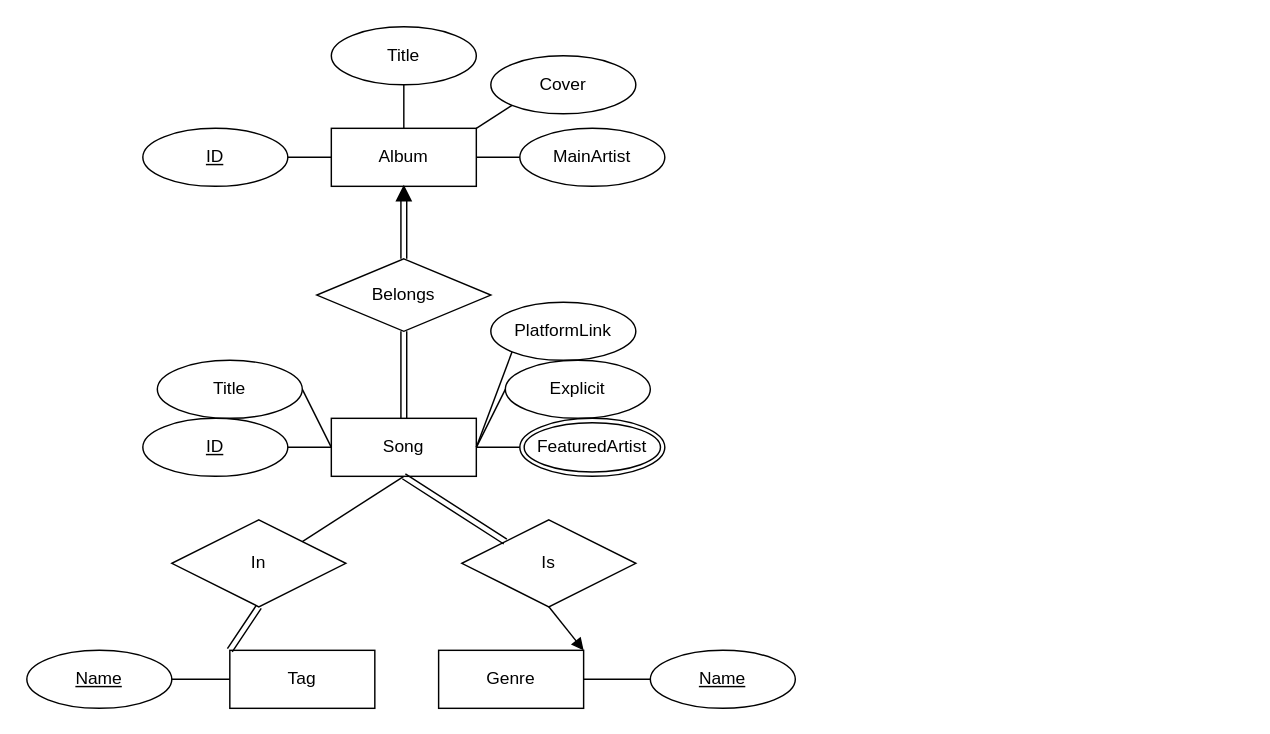
Before: docs/drawio/DBERB.drawio in NonSpinning/UnnamedCentralizedMusicApp, a draw.io diagram. Source tidied: cells renumbered, new cells numbered last; positions are measured from the earlier drawing's top-left corner, leaving out a move shared by most shapes. Both pictures are drawn from the tidied source at 145%, with x=0, y=0 at pixel (26, 26).
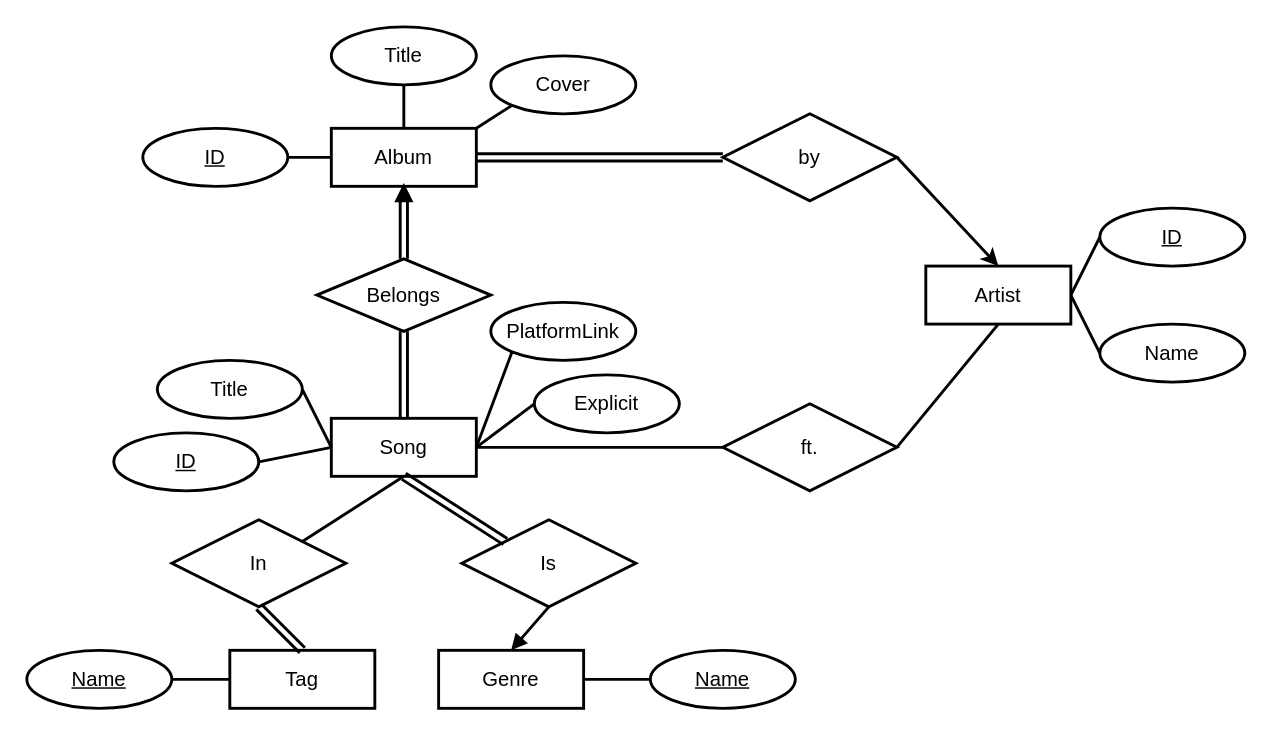
The same diagram, later.

Change to the diagram source:
```diff
@@
-    <mxCell id="2" style="edgeStyle=none;rounded=0;jettySize=auto;html=1;exitX=0.5;exitY=0;exitDx=0;exitDy=0;entryX=0.5;entryY=1;entryDx=0;entryDy=0;endArrow=none;endFill=0;shape=link;" parent="1" edge="1" source="4" target="17">
+    <mxCell id="2" style="edgeStyle=none;rounded=0;jettySize=auto;html=1;exitX=0.5;exitY=0;exitDx=0;exitDy=0;entryX=0.5;entryY=1;entryDx=0;entryDy=0;endArrow=none;endFill=0;shape=link;strokeWidth=2;fontSize=14;" parent="1" edge="1" source="4" target="17">
       <mxGeometry relative="1" as="geometry" />
     </mxCell>
-    <mxCell id="3" style="edgeStyle=none;rounded=0;jettySize=auto;html=1;exitX=0.5;exitY=1;exitDx=0;exitDy=0;entryX=1;entryY=0;entryDx=0;entryDy=0;startArrow=none;startFill=0;endArrow=none;endFill=0;" parent="1" edge="1" source="4" target="36">
+    <mxCell id="3" style="edgeStyle=none;rounded=0;jettySize=auto;html=1;exitX=0.5;exitY=1;exitDx=0;exitDy=0;entryX=1;entryY=0;entryDx=0;entryDy=0;startArrow=none;startFill=0;endArrow=none;endFill=0;strokeWidth=2;fontSize=14;" parent="1" edge="1" source="4" target="36">
       <mxGeometry relative="1" as="geometry" />
     </mxCell>
-    <mxCell id="4" value="Song" style="whiteSpace=wrap;html=1;align=center;" parent="1" vertex="1">
+    <mxCell id="4" value="Song" style="whiteSpace=wrap;html=1;align=center;strokeWidth=2;fontSize=14;" parent="1" vertex="1">
       <mxGeometry x="210" y="270" width="100" height="40" as="geometry" />
     </mxCell>
-    <mxCell id="5" style="edgeStyle=orthogonalEdgeStyle;rounded=0;jettySize=auto;html=1;exitX=1;exitY=0.5;exitDx=0;exitDy=0;entryX=0;entryY=0.5;entryDx=0;entryDy=0;endArrow=none;endFill=0;" parent="1" edge="1" source="6" target="4">
+    <mxCell id="5" style="rounded=0;jettySize=auto;html=1;exitX=1;exitY=0.5;exitDx=0;exitDy=0;entryX=0;entryY=0.5;entryDx=0;entryDy=0;endArrow=none;endFill=0;strokeWidth=2;fontSize=14;" parent="1" edge="1" source="6" target="4">
       <mxGeometry relative="1" as="geometry" />
     </mxCell>
-    <mxCell id="6" value="ID" style="ellipse;whiteSpace=wrap;html=1;align=center;fontStyle=4;" parent="1" vertex="1">
-      <mxGeometry x="80" y="270" width="100" height="40" as="geometry" />
+    <mxCell id="6" value="ID" style="ellipse;whiteSpace=wrap;html=1;align=center;fontStyle=4;strokeWidth=2;fontSize=14;" parent="1" vertex="1">
+      <mxGeometry x="60" y="280" width="100" height="40" as="geometry" />
     </mxCell>
-    <mxCell id="7" style="rounded=0;jettySize=auto;html=1;exitX=1;exitY=0.5;exitDx=0;exitDy=0;endArrow=none;endFill=0;" parent="1" edge="1" source="8">
+    <mxCell id="7" style="rounded=0;jettySize=auto;html=1;exitX=1;exitY=0.5;exitDx=0;exitDy=0;endArrow=none;endFill=0;strokeWidth=2;fontSize=14;" parent="1" edge="1" source="8">
       <mxGeometry relative="1" as="geometry">
         <mxPoint x="210" y="290" as="targetPoint" />
       </mxGeometry>
     </mxCell>
-    <mxCell id="8" value="Title" style="ellipse;whiteSpace=wrap;html=1;align=center;" parent="1" vertex="1">
+    <mxCell id="8" value="Title" style="ellipse;whiteSpace=wrap;html=1;align=center;strokeWidth=2;fontSize=14;" parent="1" vertex="1">
       <mxGeometry x="90" y="230" width="100" height="40" as="geometry" />
     </mxCell>
-    <mxCell id="9" style="edgeStyle=none;rounded=0;jettySize=auto;html=1;exitX=0;exitY=0.5;exitDx=0;exitDy=0;entryX=1;entryY=0.5;entryDx=0;entryDy=0;endArrow=none;endFill=0;" parent="1" edge="1" source="10" target="15">
+    <mxCell id="9" style="edgeStyle=none;rounded=0;jettySize=auto;html=1;exitX=0;exitY=0.5;exitDx=0;exitDy=0;entryX=1;entryY=0.5;entryDx=0;entryDy=0;endArrow=none;endFill=0;strokeWidth=2;fontSize=14;shape=link;" parent="1" edge="1" source="41" target="15">
       <mxGeometry relative="1" as="geometry" />
     </mxCell>
-    <mxCell id="10" value="MainArtist" style="ellipse;whiteSpace=wrap;html=1;align=center;" parent="1" vertex="1">
-      <mxGeometry x="340" y="70" width="100" height="40" as="geometry" />
-    </mxCell>
-    <mxCell id="11" style="edgeStyle=none;rounded=0;jettySize=auto;html=1;exitX=0;exitY=0.5;exitDx=0;exitDy=0;entryX=1;entryY=0.5;entryDx=0;entryDy=0;endArrow=none;endFill=0;" parent="1" edge="1" source="12" target="4">
+    <mxCell id="11" style="edgeStyle=none;rounded=0;jettySize=auto;html=1;exitX=0;exitY=0.5;exitDx=0;exitDy=0;entryX=1;entryY=0.5;entryDx=0;entryDy=0;endArrow=none;endFill=0;strokeWidth=2;fontSize=14;" parent="1" edge="1" source="39" target="4">
       <mxGeometry relative="1" as="geometry" />
     </mxCell>
-    <mxCell id="12" value="FeaturedArtist" style="ellipse;shape=doubleEllipse;margin=3;whiteSpace=wrap;html=1;align=center;" parent="1" vertex="1">
-      <mxGeometry x="340" y="270" width="100" height="40" as="geometry" />
-    </mxCell>
-    <mxCell id="13" style="edgeStyle=none;rounded=0;jettySize=auto;html=1;exitX=0;exitY=0.5;exitDx=0;exitDy=0;entryX=1;entryY=0.5;entryDx=0;entryDy=0;endArrow=none;endFill=0;" parent="1" edge="1" source="15" target="18">
+    <mxCell id="13" style="edgeStyle=none;rounded=0;jettySize=auto;html=1;exitX=0;exitY=0.5;exitDx=0;exitDy=0;entryX=1;entryY=0.5;entryDx=0;entryDy=0;endArrow=none;endFill=0;strokeWidth=2;fontSize=14;" parent="1" edge="1" source="15" target="18">
       <mxGeometry relative="1" as="geometry" />
     </mxCell>
-    <mxCell id="14" style="edgeStyle=none;rounded=0;jettySize=auto;html=1;exitX=1;exitY=0;exitDx=0;exitDy=0;entryX=0;entryY=1;entryDx=0;entryDy=0;startArrow=none;startFill=0;endArrow=none;endFill=0;" parent="1" edge="1" source="15" target="34">
+    <mxCell id="14" style="edgeStyle=none;rounded=0;jettySize=auto;html=1;exitX=1;exitY=0;exitDx=0;exitDy=0;entryX=0;entryY=1;entryDx=0;entryDy=0;startArrow=none;startFill=0;endArrow=none;endFill=0;strokeWidth=2;fontSize=14;" parent="1" edge="1" source="15" target="34">
       <mxGeometry relative="1" as="geometry" />
     </mxCell>
-    <mxCell id="15" value="Album" style="whiteSpace=wrap;html=1;align=center;" parent="1" vertex="1">
+    <mxCell id="15" value="Album" style="whiteSpace=wrap;html=1;align=center;strokeWidth=2;fontSize=14;" parent="1" vertex="1">
       <mxGeometry x="210" y="70" width="100" height="40" as="geometry" />
     </mxCell>
-    <mxCell id="16" style="edgeStyle=none;shape=link;rounded=0;jettySize=auto;html=1;exitX=0.5;exitY=0;exitDx=0;exitDy=0;entryX=0;entryY=0.5;entryDx=0;entryDy=0;endArrow=none;endFill=0;" parent="1" edge="1" source="17" target="21">
+    <mxCell id="16" style="edgeStyle=none;shape=link;rounded=0;jettySize=auto;html=1;exitX=0.5;exitY=0;exitDx=0;exitDy=0;entryX=0;entryY=0.5;entryDx=0;entryDy=0;endArrow=none;endFill=0;strokeWidth=2;fontSize=14;" parent="1" edge="1" source="17" target="21">
       <mxGeometry relative="1" as="geometry" />
     </mxCell>
-    <mxCell id="17" value="Belongs" style="shape=rhombus;perimeter=rhombusPerimeter;whiteSpace=wrap;html=1;align=center;" parent="1" vertex="1">
+    <mxCell id="17" value="Belongs" style="shape=rhombus;perimeter=rhombusPerimeter;whiteSpace=wrap;html=1;align=center;strokeWidth=2;fontSize=14;" parent="1" vertex="1">
       <mxGeometry x="200" y="160" width="120" height="50" as="geometry" />
     </mxCell>
-    <mxCell id="18" value="ID" style="ellipse;whiteSpace=wrap;html=1;align=center;fontStyle=4;" parent="1" vertex="1">
+    <mxCell id="18" value="ID" style="ellipse;whiteSpace=wrap;html=1;align=center;fontStyle=4;strokeWidth=2;fontSize=14;" parent="1" vertex="1">
       <mxGeometry x="80" y="70" width="100" height="40" as="geometry" />
     </mxCell>
-    <mxCell id="19" style="edgeStyle=none;rounded=0;jettySize=auto;html=1;exitX=0.5;exitY=1;exitDx=0;exitDy=0;endArrow=none;endFill=0;entryX=0.5;entryY=0;entryDx=0;entryDy=0;" parent="1" edge="1" source="20" target="15">
+    <mxCell id="19" style="edgeStyle=none;rounded=0;jettySize=auto;html=1;exitX=0.5;exitY=1;exitDx=0;exitDy=0;endArrow=none;endFill=0;entryX=0.5;entryY=0;entryDx=0;entryDy=0;strokeWidth=2;fontSize=14;" parent="1" edge="1" source="20" target="15">
       <mxGeometry relative="1" as="geometry" />
     </mxCell>
-    <mxCell id="20" value="Title" style="ellipse;whiteSpace=wrap;html=1;align=center;" parent="1" vertex="1">
+    <mxCell id="20" value="Title" style="ellipse;whiteSpace=wrap;html=1;align=center;strokeWidth=2;fontSize=14;" parent="1" vertex="1">
       <mxGeometry x="210" width="100" height="40" as="geometry" />
     </mxCell>
-    <mxCell id="21" style="triangle;whiteSpace=wrap;html=1;rotation=-90;fillColor=#000000;" parent="1" vertex="1">
+    <mxCell id="21" style="triangle;whiteSpace=wrap;html=1;rotation=-90;fillColor=#000000;strokeWidth=2;fontSize=14;" parent="1" vertex="1">
       <mxGeometry x="255" y="110" width="10" height="10" as="geometry" />
     </mxCell>
-    <mxCell id="22" style="edgeStyle=none;rounded=0;jettySize=auto;html=1;exitX=1;exitY=0.5;exitDx=0;exitDy=0;entryX=0;entryY=0.5;entryDx=0;entryDy=0;endArrow=none;endFill=0;" parent="1" edge="1" source="24" target="30">
+    <mxCell id="22" style="edgeStyle=none;rounded=0;jettySize=auto;html=1;exitX=1;exitY=0.5;exitDx=0;exitDy=0;entryX=0;entryY=0.5;entryDx=0;entryDy=0;endArrow=none;endFill=0;strokeWidth=2;fontSize=14;" parent="1" edge="1" source="24" target="30">
       <mxGeometry relative="1" as="geometry" />
     </mxCell>
-    <mxCell id="23" style="edgeStyle=none;rounded=0;jettySize=auto;html=1;exitX=1;exitY=0;exitDx=0;exitDy=0;entryX=0.5;entryY=1;entryDx=0;entryDy=0;endArrow=none;endFill=0;startArrow=block;startFill=1;" parent="1" edge="1" source="24" target="32">
+    <mxCell id="23" style="edgeStyle=none;rounded=0;jettySize=auto;html=1;exitX=0.5;exitY=0;exitDx=0;exitDy=0;entryX=0.5;entryY=1;entryDx=0;entryDy=0;endArrow=none;endFill=0;startArrow=block;startFill=1;strokeWidth=2;fontSize=14;" parent="1" edge="1" source="24" target="32">
       <mxGeometry relative="1" as="geometry" />
     </mxCell>
-    <mxCell id="24" value="Genre" style="whiteSpace=wrap;html=1;align=center;fillColor=none;" parent="1" vertex="1">
+    <mxCell id="24" value="Genre" style="whiteSpace=wrap;html=1;align=center;fillColor=none;strokeWidth=2;fontSize=14;" parent="1" vertex="1">
       <mxGeometry x="284" y="430" width="100" height="40" as="geometry" />
     </mxCell>
-    <mxCell id="25" style="edgeStyle=none;rounded=0;jettySize=auto;html=1;exitX=0;exitY=0.5;exitDx=0;exitDy=0;entryX=1;entryY=0.5;entryDx=0;entryDy=0;startArrow=none;startFill=0;endArrow=none;endFill=0;" parent="1" edge="1" source="26" target="33">
+    <mxCell id="25" style="edgeStyle=none;rounded=0;jettySize=auto;html=1;exitX=0;exitY=0.5;exitDx=0;exitDy=0;entryX=1;entryY=0.5;entryDx=0;entryDy=0;startArrow=none;startFill=0;endArrow=none;endFill=0;strokeWidth=2;fontSize=14;" parent="1" edge="1" source="26" target="33">
       <mxGeometry relative="1" as="geometry" />
     </mxCell>
-    <mxCell id="26" value="Tag" style="whiteSpace=wrap;html=1;align=center;fillColor=none;" parent="1" vertex="1">
+    <mxCell id="26" value="Tag" style="whiteSpace=wrap;html=1;align=center;fillColor=none;strokeWidth=2;fontSize=14;" parent="1" vertex="1">
       <mxGeometry x="140" y="430" width="100" height="40" as="geometry" />
     </mxCell>
-    <mxCell id="27" style="edgeStyle=none;rounded=0;jettySize=auto;html=1;exitX=0;exitY=0.5;exitDx=0;exitDy=0;entryX=1;entryY=0.5;entryDx=0;entryDy=0;endArrow=none;endFill=0;strokeColor=none;" parent="1" edge="1" source="29" target="4">
+    <mxCell id="27" style="edgeStyle=none;rounded=0;jettySize=auto;html=1;exitX=0;exitY=0.5;exitDx=0;exitDy=0;entryX=1;entryY=0.5;entryDx=0;entryDy=0;endArrow=none;endFill=0;strokeColor=none;strokeWidth=2;fontSize=14;" parent="1" edge="1" source="29" target="4">
       <mxGeometry relative="1" as="geometry" />
     </mxCell>
-    <mxCell id="28" style="edgeStyle=none;rounded=0;jettySize=auto;html=1;exitX=0;exitY=0.5;exitDx=0;exitDy=0;entryX=1;entryY=0.5;entryDx=0;entryDy=0;endArrow=none;endFill=0;" parent="1" edge="1" source="29" target="4">
+    <mxCell id="28" style="edgeStyle=none;rounded=0;jettySize=auto;html=1;exitX=0;exitY=0.5;exitDx=0;exitDy=0;entryX=1;entryY=0.5;entryDx=0;entryDy=0;endArrow=none;endFill=0;strokeWidth=2;fontSize=14;" parent="1" edge="1" source="29" target="4">
       <mxGeometry relative="1" as="geometry" />
     </mxCell>
-    <mxCell id="29" value="Explicit" style="ellipse;whiteSpace=wrap;html=1;align=center;fillColor=none;" parent="1" vertex="1">
-      <mxGeometry x="330" y="230" width="100" height="40" as="geometry" />
+    <mxCell id="29" value="Explicit" style="ellipse;whiteSpace=wrap;html=1;align=center;fillColor=none;strokeWidth=2;fontSize=14;" parent="1" vertex="1">
+      <mxGeometry x="350" y="240" width="100" height="40" as="geometry" />
     </mxCell>
-    <mxCell id="30" value="Name" style="ellipse;whiteSpace=wrap;html=1;align=center;fontStyle=4;fillColor=none;" parent="1" vertex="1">
+    <mxCell id="30" value="Name" style="ellipse;whiteSpace=wrap;html=1;align=center;fontStyle=4;fillColor=none;strokeWidth=2;fontSize=14;" parent="1" vertex="1">
       <mxGeometry x="430" y="430" width="100" height="40" as="geometry" />
     </mxCell>
-    <mxCell id="31" style="edgeStyle=none;rounded=0;jettySize=auto;html=1;exitX=0;exitY=0;exitDx=0;exitDy=0;entryX=0.5;entryY=1;entryDx=0;entryDy=0;endArrow=none;endFill=0;shape=link;" parent="1" edge="1" source="32" target="4">
+    <mxCell id="31" style="edgeStyle=none;rounded=0;jettySize=auto;html=1;exitX=0;exitY=0;exitDx=0;exitDy=0;entryX=0.5;entryY=1;entryDx=0;entryDy=0;endArrow=none;endFill=0;shape=link;strokeWidth=2;fontSize=14;" parent="1" edge="1" source="32" target="4">
       <mxGeometry relative="1" as="geometry" />
     </mxCell>
-    <mxCell id="32" value="Is" style="shape=rhombus;perimeter=rhombusPerimeter;whiteSpace=wrap;html=1;align=center;fillColor=none;" parent="1" vertex="1">
+    <mxCell id="32" value="Is" style="shape=rhombus;perimeter=rhombusPerimeter;whiteSpace=wrap;html=1;align=center;fillColor=none;strokeWidth=2;fontSize=14;" parent="1" vertex="1">
       <mxGeometry x="300" y="340" width="120" height="60" as="geometry" />
     </mxCell>
-    <mxCell id="33" value="Name" style="ellipse;whiteSpace=wrap;html=1;align=center;fontStyle=4;fillColor=none;" parent="1" vertex="1">
+    <mxCell id="33" value="Name" style="ellipse;whiteSpace=wrap;html=1;align=center;fontStyle=4;fillColor=none;strokeWidth=2;fontSize=14;" parent="1" vertex="1">
       <mxGeometry y="430" width="100" height="40" as="geometry" />
     </mxCell>
-    <mxCell id="34" value="Cover" style="ellipse;whiteSpace=wrap;html=1;align=center;fillColor=none;" parent="1" vertex="1">
+    <mxCell id="34" value="Cover" style="ellipse;whiteSpace=wrap;html=1;align=center;fillColor=none;strokeWidth=2;fontSize=14;" parent="1" vertex="1">
       <mxGeometry x="320" y="20" width="100" height="40" as="geometry" />
     </mxCell>
-    <mxCell id="35" style="edgeStyle=none;rounded=0;jettySize=auto;html=1;exitX=0.5;exitY=1;exitDx=0;exitDy=0;entryX=0;entryY=0;entryDx=0;entryDy=0;startArrow=none;startFill=0;endArrow=none;endFill=0;shape=link;" parent="1" edge="1" source="36" target="26">
+    <mxCell id="35" style="edgeStyle=none;rounded=0;jettySize=auto;html=1;exitX=0.5;exitY=1;exitDx=0;exitDy=0;entryX=0.5;entryY=0;entryDx=0;entryDy=0;startArrow=none;startFill=0;endArrow=none;endFill=0;shape=link;strokeWidth=2;fontSize=14;" parent="1" edge="1" source="36" target="26">
       <mxGeometry relative="1" as="geometry" />
     </mxCell>
-    <mxCell id="36" value="In" style="shape=rhombus;perimeter=rhombusPerimeter;whiteSpace=wrap;html=1;align=center;fillColor=none;" parent="1" vertex="1">
+    <mxCell id="36" value="In" style="shape=rhombus;perimeter=rhombusPerimeter;whiteSpace=wrap;html=1;align=center;fillColor=none;strokeWidth=2;fontSize=14;" parent="1" vertex="1">
       <mxGeometry x="100" y="340" width="120" height="60" as="geometry" />
     </mxCell>
-    <mxCell id="37" style="edgeStyle=none;rounded=0;jettySize=auto;html=1;exitX=0;exitY=1;exitDx=0;exitDy=0;entryX=1;entryY=0.5;entryDx=0;entryDy=0;startArrow=none;startFill=0;endArrow=none;endFill=0;" parent="1" edge="1" source="38" target="4">
+    <mxCell id="37" style="edgeStyle=none;rounded=0;jettySize=auto;html=1;exitX=0;exitY=1;exitDx=0;exitDy=0;entryX=1;entryY=0.5;entryDx=0;entryDy=0;startArrow=none;startFill=0;endArrow=none;endFill=0;strokeWidth=2;fontSize=14;" parent="1" edge="1" source="38" target="4">
       <mxGeometry relative="1" as="geometry" />
     </mxCell>
-    <mxCell id="38" value="PlatformLink" style="ellipse;whiteSpace=wrap;html=1;align=center;fillColor=none;" parent="1" vertex="1">
+    <mxCell id="38" value="PlatformLink" style="ellipse;whiteSpace=wrap;html=1;align=center;fillColor=none;strokeWidth=2;fontSize=14;" parent="1" vertex="1">
       <mxGeometry x="320" y="190" width="100" height="40" as="geometry" />
     </mxCell>
+    <mxCell id="39" value="ft." style="shape=rhombus;perimeter=rhombusPerimeter;whiteSpace=wrap;html=1;align=center;strokeWidth=2;fontSize=14;" parent="1" vertex="1">
+      <mxGeometry x="480" y="260" width="120" height="60" as="geometry" />
+    </mxCell>
+    <mxCell id="40" style="rounded=0;jettySize=auto;html=1;exitX=1;exitY=0.5;exitDx=0;exitDy=0;entryX=0.5;entryY=0;entryDx=0;entryDy=0;endArrow=classic;endFill=1;strokeWidth=2;fontSize=14;" parent="1" edge="1" source="41" target="45">
+      <mxGeometry relative="1" as="geometry" />
+    </mxCell>
+    <mxCell id="41" value="by" style="shape=rhombus;perimeter=rhombusPerimeter;whiteSpace=wrap;html=1;align=center;strokeWidth=2;fontSize=14;" parent="1" vertex="1">
+      <mxGeometry x="480" y="60" width="120" height="60" as="geometry" />
+    </mxCell>
+    <mxCell id="42" style="edgeStyle=none;rounded=0;jettySize=auto;html=1;exitX=0.5;exitY=1;exitDx=0;exitDy=0;entryX=1;entryY=0.5;entryDx=0;entryDy=0;endArrow=none;endFill=0;strokeWidth=2;fontSize=14;" parent="1" edge="1" source="45" target="39">
+      <mxGeometry relative="1" as="geometry" />
+    </mxCell>
+    <mxCell id="43" style="edgeStyle=none;rounded=0;jettySize=auto;html=1;exitX=1;exitY=0.5;exitDx=0;exitDy=0;entryX=0;entryY=0.5;entryDx=0;entryDy=0;endArrow=none;endFill=0;strokeWidth=2;fontSize=14;" parent="1" edge="1" source="45" target="47">
+      <mxGeometry relative="1" as="geometry" />
+    </mxCell>
+    <mxCell id="44" style="edgeStyle=none;rounded=0;jettySize=auto;html=1;exitX=1;exitY=0.5;exitDx=0;exitDy=0;entryX=0;entryY=0.5;entryDx=0;entryDy=0;endArrow=none;endFill=0;strokeWidth=2;fontSize=14;" parent="1" edge="1" source="45" target="46">
+      <mxGeometry relative="1" as="geometry" />
+    </mxCell>
+    <mxCell id="45" value="Artist" style="whiteSpace=wrap;html=1;align=center;strokeWidth=2;fontSize=14;" parent="1" vertex="1">
+      <mxGeometry x="620" y="165" width="100" height="40" as="geometry" />
+    </mxCell>
+    <mxCell id="46" value="Name" style="ellipse;whiteSpace=wrap;html=1;align=center;strokeWidth=2;fontSize=14;" parent="1" vertex="1">
+      <mxGeometry x="740" y="205" width="100" height="40" as="geometry" />
+    </mxCell>
+    <mxCell id="47" value="ID" style="ellipse;whiteSpace=wrap;html=1;align=center;fontStyle=4;strokeWidth=2;fontSize=14;" parent="1" vertex="1">
+      <mxGeometry x="740" y="125" width="100" height="40" as="geometry" />
+    </mxCell>
```
